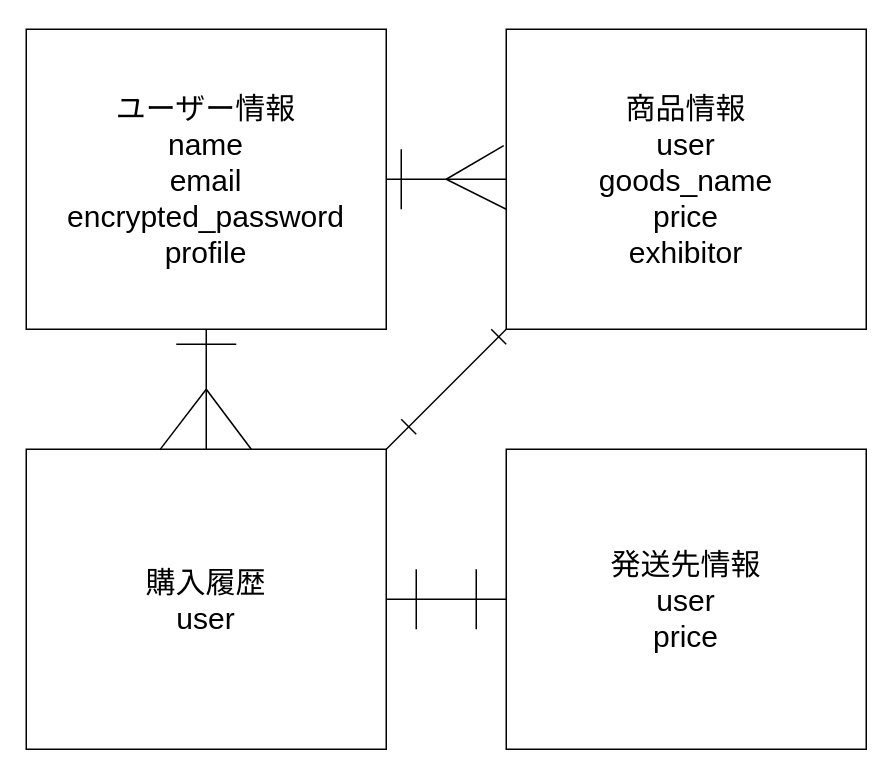
Before: furima.dio in Sedwardy/furima-37775, a draw.io diagram. Source tidied: cells renumbered, new cells numbered last; positions are measured from the earlier drawing's top-left corner, leaving out a move shared by most shapes. Both pictures are drawn from the tidied source at 150%, with x=0, y=0 at pixel (26, 28).
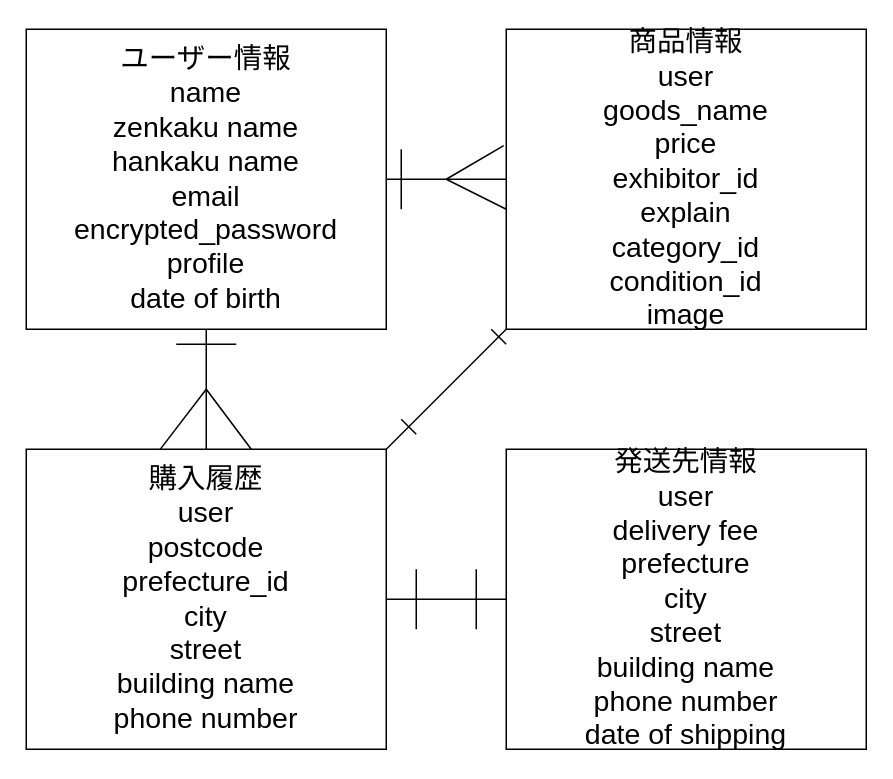
Above is the later version.

The edit, as a diff of the source:
```diff
@@
-    <mxCell id="2" value="&lt;font style=&quot;font-size: 20px&quot;&gt;商品情報&lt;br&gt;user&lt;br&gt;goods_name&lt;br&gt;price&lt;br&gt;exhibitor&lt;br&gt;&lt;/font&gt;" style="rounded=0;whiteSpace=wrap;html=1;" parent="1" vertex="1">
+    <mxCell id="2" value="&lt;font style=&quot;font-size: 19px&quot;&gt;商品情報&lt;br&gt;user&lt;br&gt;goods_name&lt;br&gt;price&lt;br&gt;exhibitor_id&lt;br&gt;explain&lt;br&gt;category_id&lt;br&gt;condition_id&lt;br&gt;image&lt;br&gt;&lt;/font&gt;" style="rounded=0;whiteSpace=wrap;html=1;" parent="1" vertex="1">
       <mxGeometry x="320" width="240" height="200" as="geometry" />
     </mxCell>
-    <mxCell id="3" value="&lt;font style=&quot;font-size: 20px&quot;&gt;ユーザー情報&lt;br&gt;name&lt;br&gt;email&lt;br&gt;encrypted_password&lt;br&gt;profile&lt;/font&gt;" style="rounded=0;whiteSpace=wrap;html=1;" parent="1" vertex="1">
+    <mxCell id="3" value="&lt;font style=&quot;font-size: 19px&quot;&gt;ユーザー情報&lt;br&gt;name&lt;br&gt;zenkaku name&lt;br&gt;hankaku name&lt;br&gt;email&lt;br&gt;encrypted_password&lt;br&gt;profile&lt;br&gt;date of birth&lt;br&gt;&lt;/font&gt;" style="rounded=0;whiteSpace=wrap;html=1;" parent="1" vertex="1">
       <mxGeometry width="240" height="200" as="geometry" />
     </mxCell>
-    <mxCell id="4" value="&lt;font style=&quot;font-size: 20px&quot;&gt;発送先情報&lt;br&gt;user&lt;br&gt;price&lt;br&gt;&lt;/font&gt;" style="rounded=0;whiteSpace=wrap;html=1;" parent="1" vertex="1">
+    <mxCell id="4" value="&lt;font style=&quot;font-size: 19px&quot;&gt;発送先情報&lt;br&gt;user&lt;br&gt;delivery fee&lt;br&gt;prefecture&lt;br&gt;city&lt;br&gt;street&lt;br&gt;building name&lt;br&gt;phone number&lt;br&gt;date of shipping&lt;br&gt;&lt;/font&gt;" style="rounded=0;whiteSpace=wrap;html=1;" parent="1" vertex="1">
       <mxGeometry x="320" y="280" width="240" height="200" as="geometry" />
     </mxCell>
@@
-    <mxCell id="11" value="&lt;font style=&quot;font-size: 20px&quot;&gt;購入履歴&lt;br&gt;user&lt;br&gt;&lt;/font&gt;" style="rounded=0;whiteSpace=wrap;html=1;" parent="1" vertex="1">
+    <mxCell id="11" value="&lt;font style=&quot;font-size: 19px&quot;&gt;購入履歴&lt;br&gt;user&lt;br&gt;postcode&lt;br&gt;prefecture_id&lt;br&gt;city&lt;br&gt;street&lt;br&gt;building name&lt;br&gt;phone number&lt;br&gt;&lt;/font&gt;" style="rounded=0;whiteSpace=wrap;html=1;" parent="1" vertex="1">
       <mxGeometry y="280" width="240" height="200" as="geometry" />
     </mxCell>
```
